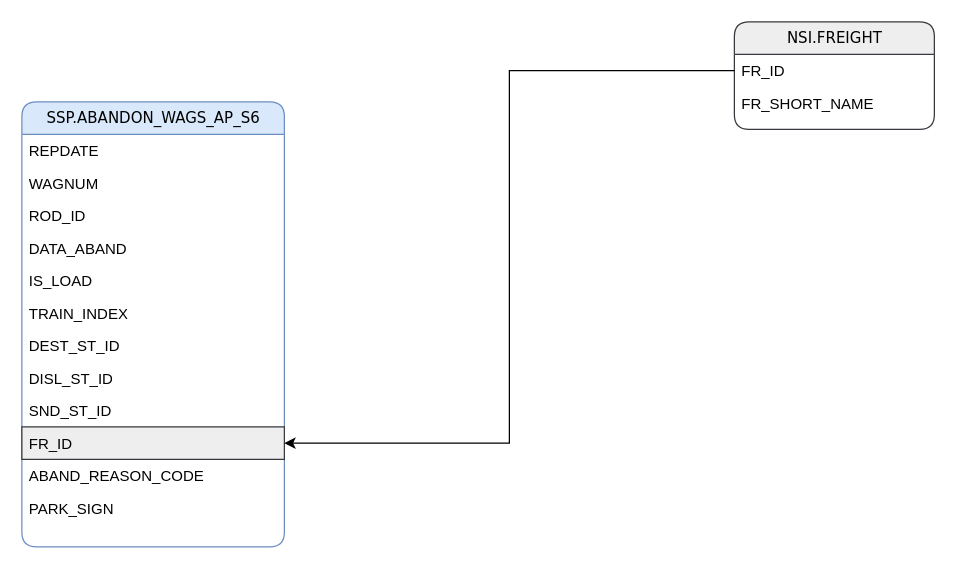
ivushkin/Data-Analyst keeps this draw.io diagram as Диаграмма без названия.drawio. Above is the earlier version. Source tidied: cells renumbered, new cells numbered last; positions are measured from the earlier drawing's top-left corner, leaving out a move shared by most shapes. Both pictures are drawn from the tidied source at 125%, with x=0, y=0 at pixel (21, 21).
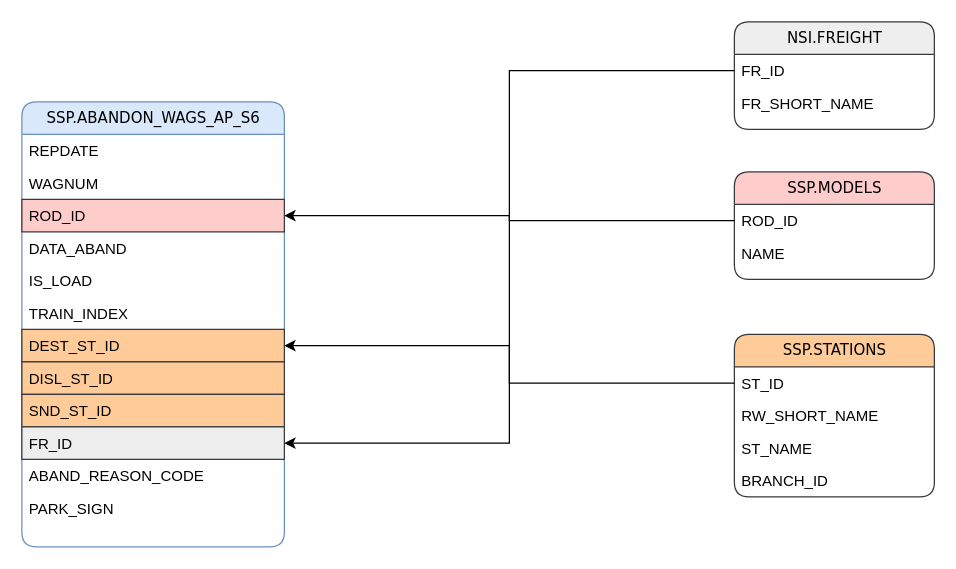
Above is the later version.

The change refers to these unchanged cells:
```xml
<mxCell id="2" value="SSP.ABANDON_WAGS_AP_S6" style="swimlane;html=1;fontStyle=0;horizontal=1;startSize=26;fillColor=#dae8fc;swimlaneFillColor=#ffffff;align=center;rounded=1;shadow=0;comic=0;labelBackgroundColor=none;strokeWidth=1;fontFamily=Verdana;fontSize=12;strokeColor=#6c8ebf;" parent="1" vertex="1">
  <mxGeometry y="64" width="210" height="356" as="geometry" />
</mxCell>
```

Diff of the diagram source:
```diff
@@
-    <mxCell id="5" value="ROD_ID" style="text;html=1;strokeColor=none;fillColor=none;spacingLeft=4;spacingRight=4;whiteSpace=wrap;overflow=hidden;points=[[0,0.5],[1,0.5]];portConstraint=eastwest;" parent="2" vertex="1">
+    <mxCell id="5" value="ROD_ID" style="text;html=1;strokeColor=#36393d;fillColor=#ffcccc;spacingLeft=4;spacingRight=4;whiteSpace=wrap;overflow=hidden;points=[[0,0.5],[1,0.5]];portConstraint=eastwest;" parent="2" vertex="1">
       <mxGeometry y="78" width="210" height="26" as="geometry" />
     </mxCell>
@@
-    <mxCell id="9" value="DEST_ST_ID" style="text;html=1;strokeColor=none;fillColor=none;spacingLeft=4;spacingRight=4;whiteSpace=wrap;overflow=hidden;points=[[0,0.5],[1,0.5]];portConstraint=eastwest;" parent="2" vertex="1">
+    <mxCell id="9" value="DEST_ST_ID" style="text;html=1;strokeColor=#36393d;fillColor=#ffcc99;spacingLeft=4;spacingRight=4;whiteSpace=wrap;overflow=hidden;points=[[0,0.5],[1,0.5]];portConstraint=eastwest;" parent="2" vertex="1">
       <mxGeometry y="182" width="210" height="26" as="geometry" />
     </mxCell>
-    <mxCell id="10" value="DISL_ST_ID" style="text;html=1;strokeColor=none;fillColor=none;spacingLeft=4;spacingRight=4;whiteSpace=wrap;overflow=hidden;" parent="2" vertex="1">
+    <mxCell id="10" value="DISL_ST_ID" style="text;html=1;strokeColor=#36393d;fillColor=#ffcc99;spacingLeft=4;spacingRight=4;whiteSpace=wrap;overflow=hidden;" parent="2" vertex="1">
       <mxGeometry y="208" width="210" height="26" as="geometry" />
     </mxCell>
-    <mxCell id="11" value="SND_ST_ID" style="text;html=1;strokeColor=none;fillColor=none;spacingLeft=4;spacingRight=4;whiteSpace=wrap;overflow=hidden;" parent="2" vertex="1">
+    <mxCell id="11" value="SND_ST_ID" style="text;html=1;strokeColor=#36393d;fillColor=#ffcc99;spacingLeft=4;spacingRight=4;whiteSpace=wrap;overflow=hidden;" parent="2" vertex="1">
       <mxGeometry y="234" width="210" height="26" as="geometry" />
     </mxCell>
@@
+    <mxCell id="19" value="SSP.MODELS" style="swimlane;html=1;fontStyle=0;horizontal=1;startSize=26;fillColor=#ffcccc;swimlaneFillColor=#ffffff;align=center;rounded=1;shadow=0;comic=0;labelBackgroundColor=none;strokeWidth=1;fontFamily=Verdana;fontSize=12;strokeColor=#36393d;" parent="1" vertex="1">
+      <mxGeometry x="570" y="120" width="160" height="86" as="geometry" />
+    </mxCell>
+    <mxCell id="20" value="ROD_ID" style="text;html=1;strokeColor=none;fillColor=none;spacingLeft=4;spacingRight=4;whiteSpace=wrap;overflow=hidden;points=[[0,0.5],[1,0.5]];portConstraint=eastwest;" parent="19" vertex="1">
+      <mxGeometry y="26" width="160" height="26" as="geometry" />
+    </mxCell>
+    <mxCell id="21" value="NAME" style="text;html=1;strokeColor=none;fillColor=none;spacingLeft=4;spacingRight=4;whiteSpace=wrap;overflow=hidden;" parent="19" vertex="1">
+      <mxGeometry y="52" width="160" height="26" as="geometry" />
+    </mxCell>
+    <mxCell id="22" style="edgeStyle=orthogonalEdgeStyle;rounded=0;jettySize=auto;html=1;exitX=0;exitY=0.5;exitDx=0;exitDy=0;entryX=1;entryY=0.5;entryDx=0;entryDy=0;" parent="1" edge="1" source="20" target="5">
+      <mxGeometry relative="1" as="geometry" />
+    </mxCell>
+    <mxCell id="23" value="SSP.STATIONS" style="swimlane;html=1;fontStyle=0;horizontal=1;startSize=26;fillColor=#ffcc99;swimlaneFillColor=#ffffff;align=center;rounded=1;shadow=0;comic=0;labelBackgroundColor=none;strokeWidth=1;fontFamily=Verdana;fontSize=12;strokeColor=#36393d;" parent="1" vertex="1">
+      <mxGeometry x="570" y="250" width="160" height="130" as="geometry" />
+    </mxCell>
+    <mxCell id="24" value="ST_ID" style="text;html=1;strokeColor=none;fillColor=none;spacingLeft=4;spacingRight=4;whiteSpace=wrap;overflow=hidden;points=[[0,0.5],[1,0.5]];portConstraint=eastwest;" parent="23" vertex="1">
+      <mxGeometry y="26" width="160" height="26" as="geometry" />
+    </mxCell>
+    <mxCell id="25" value="RW_SHORT_NAME" style="text;html=1;strokeColor=none;fillColor=none;spacingLeft=4;spacingRight=4;whiteSpace=wrap;overflow=hidden;" parent="23" vertex="1">
+      <mxGeometry y="52" width="160" height="26" as="geometry" />
+    </mxCell>
+    <mxCell id="26" value="ST_NAME" style="text;html=1;strokeColor=none;fillColor=none;spacingLeft=4;spacingRight=4;whiteSpace=wrap;overflow=hidden;" parent="23" vertex="1">
+      <mxGeometry y="78" width="160" height="26" as="geometry" />
+    </mxCell>
+    <mxCell id="27" value="BRANCH_ID" style="text;html=1;strokeColor=none;fillColor=none;spacingLeft=4;spacingRight=4;whiteSpace=wrap;overflow=hidden;" parent="23" vertex="1">
+      <mxGeometry y="104" width="160" height="26" as="geometry" />
+    </mxCell>
+    <mxCell id="28" style="edgeStyle=orthogonalEdgeStyle;rounded=0;jettySize=auto;html=1;exitX=0;exitY=0.5;exitDx=0;exitDy=0;" parent="1" edge="1" source="24" target="9">
+      <mxGeometry relative="1" as="geometry" />
+    </mxCell>
```
